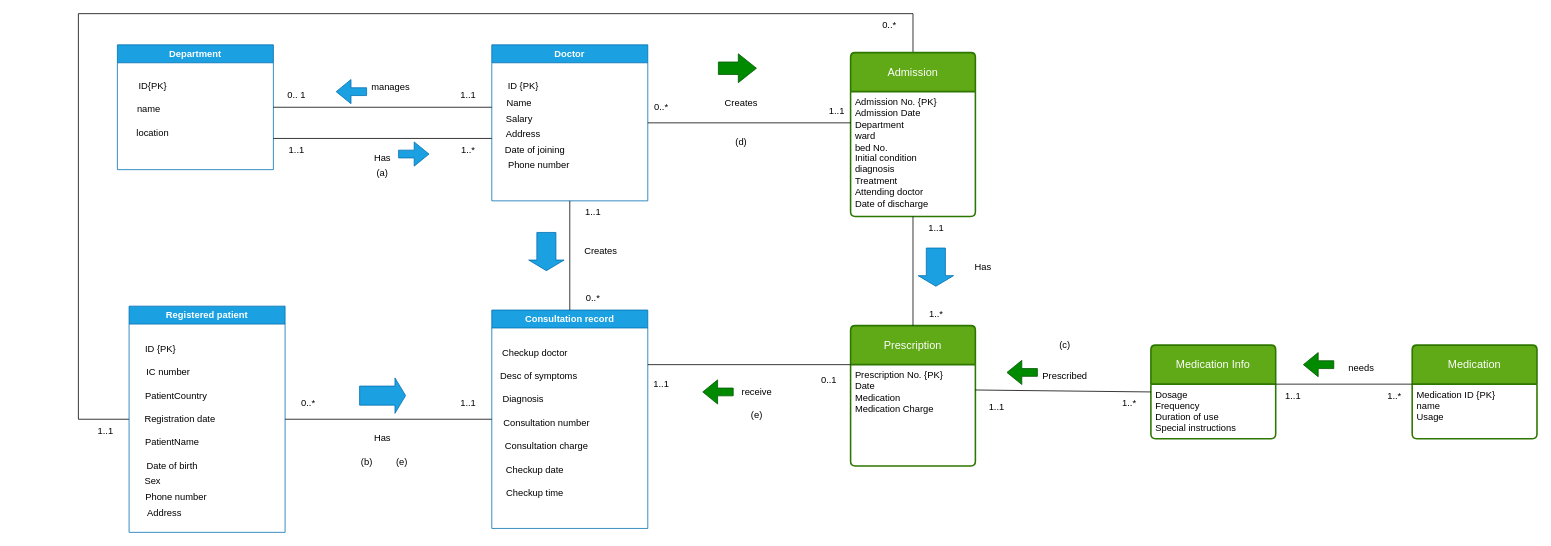
Antonioiewh/DB_MANAGEMENT keeps this draw.io diagram as Studeent1+2DBMS.drawio. Above is the earlier version. Source tidied: cells renumbered, new cells numbered last; positions are measured from the earlier drawing's top-left corner, leaving out a move shared by most shapes. Both pictures are drawn from the tidied source at 78%, with x=0, y=0 at pixel (78, 13).
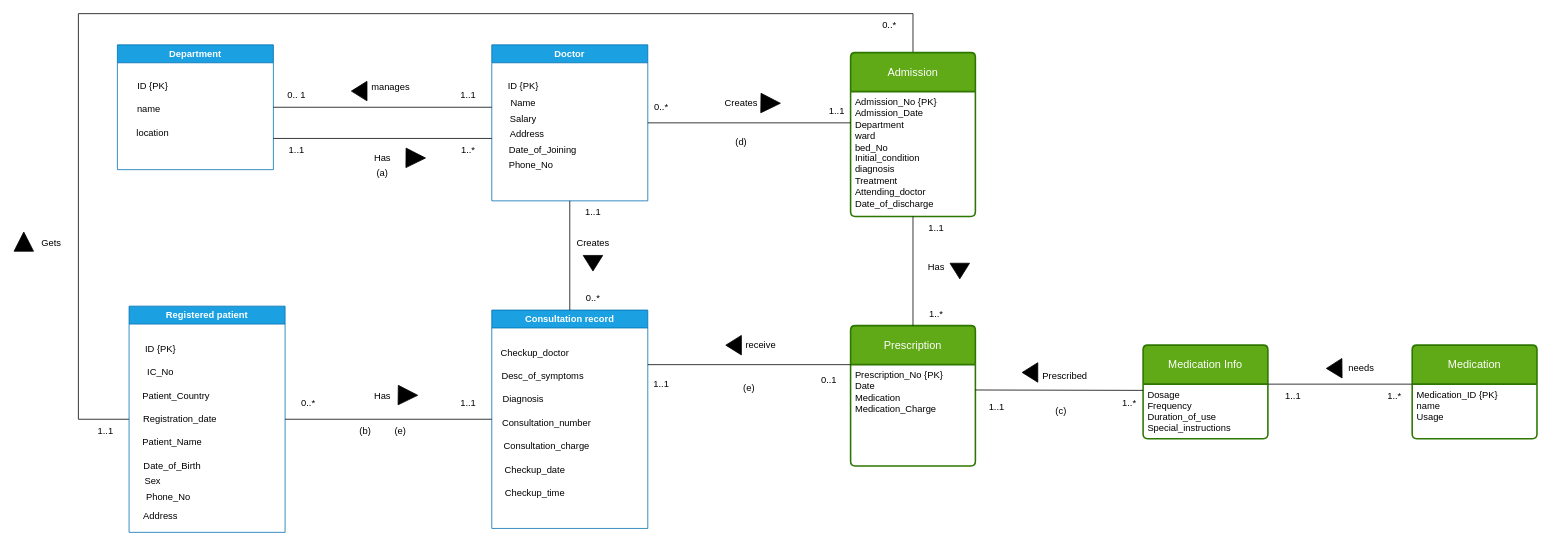
The same page after the edit.

The change refers to these unchanged cells:
```xml
<mxCell id="2" value="Department" style="swimlane;whiteSpace=wrap;html=1;fillColor=#1ba1e2;fontColor=#ffffff;strokeColor=#006EAF;fillStyle=auto;" parent="1" vertex="1">
  <mxGeometry x="50" y="40" width="200" height="160" as="geometry" />
</mxCell>
<mxCell id="6" value="Doctor" style="swimlane;whiteSpace=wrap;html=1;fillColor=#1ba1e2;fontColor=#ffffff;strokeColor=#006EAF;" parent="1" vertex="1">
  <mxGeometry x="530" y="40" width="200" height="200" as="geometry" />
</mxCell>
<mxCell id="14" value="Registered patient" style="swimlane;whiteSpace=wrap;html=1;fillColor=#1ba1e2;fontColor=#ffffff;strokeColor=#006EAF;" parent="1" vertex="1">
  <mxGeometry x="65" y="375" width="200" height="290" as="geometry" />
</mxCell>
<mxCell id="26" value="Consultation record" style="swimlane;whiteSpace=wrap;html=1;fillColor=#1ba1e2;fontColor=#ffffff;strokeColor=#006EAF;" parent="1" vertex="1">
  <mxGeometry x="530" y="380" width="200" height="280" as="geometry" />
</mxCell>
<mxCell id="48" value="Admission" style="swimlane;horizontal=1;startSize=50;rounded=1;fontSize=14;fontStyle=0;strokeWidth=2;shadow=0;dashed=0;align=center;arcSize=4;whiteSpace=wrap;html=1;fillColor=#60a917;fontColor=#ffffff;strokeColor=#2D7600;" parent="1" vertex="1">
  <mxGeometry x="990" y="50" width="160" height="210" as="geometry" />
</mxCell>
<mxCell id="51" value="Prescription" style="swimlane;horizontal=1;startSize=50;rounded=1;fontSize=14;fontStyle=0;strokeWidth=2;shadow=0;dashed=0;align=center;arcSize=4;whiteSpace=wrap;html=1;fillColor=#60a917;fontColor=#ffffff;strokeColor=#2D7600;" parent="1" vertex="1">
  <mxGeometry x="990" y="400" width="160" height="180" as="geometry" />
</mxCell>
<mxCell id="84" value="Medication" style="swimlane;horizontal=1;startSize=50;rounded=1;fontSize=14;fontStyle=0;strokeWidth=2;shadow=0;dashed=0;align=center;arcSize=4;whiteSpace=wrap;html=1;fillColor=#60a917;fontColor=#ffffff;strokeColor=#2D7600;" parent="1" vertex="1">
  <mxGeometry x="1710" y="425" width="160" height="120" as="geometry" />
</mxCell>
```

The edit, as a diff of the source:
```diff
@@
-    <mxCell id="3" value="ID{PK}" style="text;html=1;align=center;verticalAlign=middle;strokeColor=none;fillColor=none;" parent="2" vertex="1">
+    <mxCell id="3" value="ID {PK}" style="text;html=1;align=center;verticalAlign=middle;strokeColor=none;fillColor=none;" parent="2" vertex="1">
       <mxGeometry x="15" y="38" width="60" height="30" as="geometry" />
     </mxCell>
@@
     <mxCell id="7" value="Name" style="text;html=1;align=center;verticalAlign=middle;strokeColor=none;fillColor=none;" parent="6" vertex="1">
-      <mxGeometry x="5" y="60" width="60" height="30" as="geometry" />
+      <mxGeometry x="10" y="60" width="60" height="30" as="geometry" />
     </mxCell>
-    <mxCell id="8" value="Phone number" style="text;html=1;align=center;verticalAlign=middle;strokeColor=none;fillColor=none;" parent="6" vertex="1">
-      <mxGeometry x="10" y="140" width="100" height="30" as="geometry" />
+    <mxCell id="8" value="Phone_No" style="text;html=1;align=center;verticalAlign=middle;strokeColor=none;fillColor=none;" parent="6" vertex="1">
+      <mxGeometry x="10" y="140" width="80" height="30" as="geometry" />
     </mxCell>
@@
     <mxCell id="10" value="Address" style="text;html=1;align=center;verticalAlign=middle;strokeColor=none;fillColor=none;" parent="6" vertex="1">
-      <mxGeometry x="5" y="100" width="70" height="30" as="geometry" />
+      <mxGeometry x="10" y="100" width="70" height="30" as="geometry" />
     </mxCell>
     <mxCell id="11" value="Salary" style="text;html=1;align=center;verticalAlign=middle;strokeColor=none;fillColor=none;" parent="6" vertex="1">
-      <mxGeometry x="5" y="80" width="60" height="30" as="geometry" />
+      <mxGeometry x="10" y="80" width="60" height="30" as="geometry" />
     </mxCell>
-    <mxCell id="12" value="Date of joining" style="text;html=1;align=center;verticalAlign=middle;strokeColor=none;fillColor=none;" parent="6" vertex="1">
-      <mxGeometry x="5" y="120" width="100" height="30" as="geometry" />
+    <mxCell id="12" value="Date_of_Joining" style="text;html=1;align=center;verticalAlign=middle;strokeColor=none;fillColor=none;" parent="6" vertex="1">
+      <mxGeometry x="10" y="120" width="110" height="30" as="geometry" />
     </mxCell>
@@
-    <mxCell id="16" value="Registration date" style="text;html=1;align=center;verticalAlign=middle;strokeColor=none;fillColor=none;" parent="14" vertex="1">
-      <mxGeometry x="10" y="130" width="110" height="30" as="geometry" />
+    <mxCell id="16" value="Registration_date" style="text;html=1;align=center;verticalAlign=middle;strokeColor=none;fillColor=none;" parent="14" vertex="1">
+      <mxGeometry x="5" y="130" width="120" height="30" as="geometry" />
     </mxCell>
-    <mxCell id="17" value="PatientName" style="text;html=1;align=center;verticalAlign=middle;strokeColor=none;fillColor=none;" parent="14" vertex="1">
-      <mxGeometry x="10" y="160" width="90" height="30" as="geometry" />
+    <mxCell id="17" value="Patient_Name" style="text;html=1;align=center;verticalAlign=middle;strokeColor=none;fillColor=none;" parent="14" vertex="1">
+      <mxGeometry x="5" y="160" width="100" height="30" as="geometry" />
     </mxCell>
-    <mxCell id="18" value="PatientCountry" style="text;html=1;align=center;verticalAlign=middle;strokeColor=none;fillColor=none;" parent="14" vertex="1">
-      <mxGeometry x="10" y="100" width="100" height="30" as="geometry" />
+    <mxCell id="18" value="Patient_Country" style="text;html=1;align=center;verticalAlign=middle;strokeColor=none;fillColor=none;" parent="14" vertex="1">
+      <mxGeometry x="5" y="100" width="110" height="30" as="geometry" />
     </mxCell>
-    <mxCell id="19" value="IC number" style="text;html=1;align=center;verticalAlign=middle;strokeColor=none;fillColor=none;" parent="14" vertex="1">
-      <mxGeometry x="10" y="70" width="80" height="30" as="geometry" />
+    <mxCell id="19" value="IC_No" style="text;html=1;align=center;verticalAlign=middle;strokeColor=none;fillColor=none;" parent="14" vertex="1">
+      <mxGeometry x="10" y="70" width="60" height="30" as="geometry" />
     </mxCell>
-    <mxCell id="20" value="Date of birth" style="text;html=1;align=center;verticalAlign=middle;strokeColor=none;fillColor=none;" parent="14" vertex="1">
-      <mxGeometry x="10" y="190" width="90" height="30" as="geometry" />
+    <mxCell id="20" value="Date_of_Birth" style="text;html=1;align=center;verticalAlign=middle;strokeColor=none;fillColor=none;" parent="14" vertex="1">
+      <mxGeometry x="5" y="190" width="100" height="30" as="geometry" />
     </mxCell>
@@
-    <mxCell id="22" value="Phone number" style="text;html=1;align=center;verticalAlign=middle;strokeColor=none;fillColor=none;" parent="14" vertex="1">
-      <mxGeometry x="10" y="230" width="100" height="30" as="geometry" />
+    <mxCell id="22" value="Phone_No" style="text;html=1;align=center;verticalAlign=middle;strokeColor=none;fillColor=none;" parent="14" vertex="1">
+      <mxGeometry x="10" y="230" width="80" height="30" as="geometry" />
     </mxCell>
     <mxCell id="23" value="Address" style="text;html=1;align=center;verticalAlign=middle;strokeColor=none;fillColor=none;" parent="14" vertex="1">
-      <mxGeometry x="10" y="250" width="70" height="30" as="geometry" />
+      <mxGeometry x="5" y="255" width="70" height="30" as="geometry" />
     </mxCell>
@@
-    <mxCell id="27" value="Checkup doctor" style="text;html=1;align=center;verticalAlign=middle;strokeColor=none;fillColor=none;" parent="26" vertex="1">
+    <mxCell id="27" value="Checkup_doctor" style="text;html=1;align=center;verticalAlign=middle;strokeColor=none;fillColor=none;" parent="26" vertex="1">
       <mxGeometry y="40" width="110" height="30" as="geometry" />
     </mxCell>
-    <mxCell id="28" value="Desc of symptoms" style="text;html=1;align=center;verticalAlign=middle;strokeColor=none;fillColor=none;" parent="26" vertex="1">
-      <mxGeometry y="70" width="120" height="30" as="geometry" />
+    <mxCell id="28" value="Desc_of_symptoms" style="text;html=1;align=center;verticalAlign=middle;strokeColor=none;fillColor=none;" parent="26" vertex="1">
+      <mxGeometry y="70" width="130" height="30" as="geometry" />
     </mxCell>
@@
-    <mxCell id="30" value="Consultation number" style="text;html=1;align=center;verticalAlign=middle;strokeColor=none;fillColor=none;" parent="26" vertex="1">
-      <mxGeometry x="5" y="130" width="130" height="30" as="geometry" />
+    <mxCell id="30" value="Consultation_number" style="text;html=1;align=center;verticalAlign=middle;strokeColor=none;fillColor=none;" parent="26" vertex="1">
+      <mxGeometry y="130" width="140" height="30" as="geometry" />
     </mxCell>
-    <mxCell id="31" value="Consultation charge" style="text;html=1;align=center;verticalAlign=middle;strokeColor=none;fillColor=none;" parent="26" vertex="1">
+    <mxCell id="31" value="Consultation_charge" style="text;html=1;align=center;verticalAlign=middle;strokeColor=none;fillColor=none;" parent="26" vertex="1">
       <mxGeometry x="5" y="160" width="130" height="30" as="geometry" />
     </mxCell>
-    <mxCell id="32" value="Checkup date" style="text;html=1;align=center;verticalAlign=middle;strokeColor=none;fillColor=none;" parent="26" vertex="1">
+    <mxCell id="32" value="Checkup_date" style="text;html=1;align=center;verticalAlign=middle;strokeColor=none;fillColor=none;" parent="26" vertex="1">
       <mxGeometry x="5" y="190" width="100" height="30" as="geometry" />
     </mxCell>
-    <mxCell id="33" value="Checkup time" style="text;html=1;align=center;verticalAlign=middle;strokeColor=none;fillColor=none;" parent="26" vertex="1">
+    <mxCell id="33" value="Checkup_time" style="text;html=1;align=center;verticalAlign=middle;strokeColor=none;fillColor=none;" parent="26" vertex="1">
       <mxGeometry x="5" y="220" width="100" height="30" as="geometry" />
     </mxCell>
@@
-    <mxCell id="36" style="shape=flexArrow;endArrow=block;html=1;rounded=0;fillColor=#1ba1e2;strokeColor=#006EAF;" parent="1" edge="1">
-      <mxGeometry relative="1" as="geometry">
-        <mxPoint x="410" y="180" as="sourcePoint" />
-        <mxPoint x="450" y="180" as="targetPoint" />
-      </mxGeometry>
-    </mxCell>
-    <mxCell id="37" style="shape=flexArrow;endArrow=block;html=1;rounded=0;fillColor=#1ba1e2;strokeColor=#006EAF;" parent="1" edge="1">
-      <mxGeometry relative="1" as="geometry">
-        <mxPoint x="370" y="100" as="sourcePoint" />
-        <mxPoint x="330" y="100" as="targetPoint" />
-      </mxGeometry>
-    </mxCell>
@@
-    <mxCell id="42" style="shape=flexArrow;endArrow=block;html=1;rounded=0;fillColor=#1ba1e2;strokeColor=#006EAF;width=24.444444444444443;endSize=4.205555555555556;" parent="1" edge="1">
-      <mxGeometry relative="1" as="geometry">
-        <mxPoint x="360" y="489.7" as="sourcePoint" />
-        <mxPoint x="420" y="489.7" as="targetPoint" />
-      </mxGeometry>
-    </mxCell>
     <mxCell id="43" value="Has" style="text;html=1;align=center;verticalAlign=middle;whiteSpace=wrap;rounded=0;" parent="1" vertex="1">
-      <mxGeometry x="360" y="530" width="60" height="30" as="geometry" />
+      <mxGeometry x="360" y="475" width="60" height="30" as="geometry" />
     </mxCell>
@@
     <mxCell id="47" value="&lt;font style=&quot;color: light-dark(rgb(0, 0, 0), rgb(255, 0, 0));&quot;&gt;(b)&lt;/font&gt;" style="text;html=1;align=center;verticalAlign=middle;whiteSpace=wrap;rounded=0;" parent="1" vertex="1">
-      <mxGeometry x="340" y="560" width="60" height="30" as="geometry" />
+      <mxGeometry x="337.5" y="520" width="60" height="30" as="geometry" />
     </mxCell>
@@
-    <mxCell id="49" value="&lt;div&gt;Admission No. {PK}&lt;/div&gt;Admission Date&lt;br&gt;Department&lt;div&gt;ward&lt;/div&gt;&lt;div&gt;bed No.&lt;br&gt;Initial condition&lt;br&gt;diagnosis&lt;br&gt;Treatment&lt;br&gt;Attending doctor&lt;/div&gt;&lt;div&gt;Date of discharge&lt;/div&gt;&lt;div&gt;&lt;br&gt;&lt;/div&gt;" style="align=left;strokeColor=none;fillColor=none;spacingLeft=4;spacingRight=4;fontSize=12;verticalAlign=top;html=1;whiteSpace=wrap;" parent="48" vertex="1">
+    <mxCell id="49" value="&lt;div&gt;Admission_No {PK}&lt;/div&gt;Admission_Date&lt;br&gt;Department&lt;div&gt;ward&lt;/div&gt;&lt;div&gt;bed_No&lt;br&gt;Initial_condition&lt;br&gt;diagnosis&lt;br&gt;Treatment&lt;br&gt;Attending_doctor&lt;/div&gt;&lt;div&gt;Date_of_discharge&lt;/div&gt;&lt;div&gt;&lt;br&gt;&lt;/div&gt;" style="align=left;strokeColor=none;fillColor=none;spacingLeft=4;spacingRight=4;fontSize=12;verticalAlign=top;html=1;whiteSpace=wrap;" parent="48" vertex="1">
       <mxGeometry y="50" width="160" height="160" as="geometry" />
     </mxCell>
@@
-    <mxCell id="52" value="&lt;div&gt;Prescription No. {PK}&lt;/div&gt;&lt;div&gt;Date&lt;br&gt;&lt;/div&gt;Medication&lt;div&gt;Medication Charge&lt;/div&gt;" style="align=left;strokeColor=none;fillColor=none;spacingLeft=4;spacingRight=4;fontSize=12;verticalAlign=top;html=1;whiteSpace=wrap;" parent="51" vertex="1">
+    <mxCell id="52" value="&lt;div&gt;Prescription_No {PK}&lt;/div&gt;&lt;div&gt;Date&lt;br&gt;&lt;/div&gt;Medication&lt;div&gt;Medication_Charge&lt;/div&gt;" style="align=left;strokeColor=none;fillColor=none;spacingLeft=4;spacingRight=4;fontSize=12;verticalAlign=top;html=1;whiteSpace=wrap;" parent="51" vertex="1">
       <mxGeometry y="50" width="160" height="130" as="geometry" />
     </mxCell>
     <mxCell id="53" value="Medication Info" style="swimlane;horizontal=1;startSize=50;rounded=1;fontSize=14;fontStyle=0;strokeWidth=2;shadow=0;dashed=0;align=center;arcSize=4;whiteSpace=wrap;html=1;fillColor=#60a917;fontColor=#ffffff;strokeColor=#2D7600;" parent="1" vertex="1">
-      <mxGeometry x="1375" y="425" width="160" height="120" as="geometry" />
+      <mxGeometry x="1365" y="425" width="160" height="120" as="geometry" />
     </mxCell>
-    <mxCell id="54" value="&lt;div&gt;&lt;div&gt;Dosage&lt;/div&gt;&lt;div&gt;Frequency&lt;/div&gt;&lt;div&gt;Duration of use&lt;br&gt;Special instructions&lt;/div&gt;&lt;/div&gt;" style="align=left;strokeColor=none;fillColor=none;spacingLeft=4;spacingRight=4;fontSize=12;verticalAlign=top;html=1;whiteSpace=wrap;" parent="53" vertex="1">
+    <mxCell id="54" value="&lt;div&gt;&lt;div&gt;Dosage&lt;/div&gt;&lt;div&gt;Frequency&lt;/div&gt;&lt;div&gt;Duration_of_use&lt;br&gt;Special_instructions&lt;/div&gt;&lt;/div&gt;" style="align=left;strokeColor=none;fillColor=none;spacingLeft=4;spacingRight=4;fontSize=12;verticalAlign=top;html=1;whiteSpace=wrap;" parent="53" vertex="1">
       <mxGeometry y="50" width="160" height="70" as="geometry" />
     </mxCell>
@@
     <mxCell id="58" value="receive" style="text;html=1;align=center;verticalAlign=middle;whiteSpace=wrap;rounded=0;" parent="1" vertex="1">
-      <mxGeometry x="845" y="470" width="50" height="30" as="geometry" />
+      <mxGeometry x="850" y="410" width="50" height="30" as="geometry" />
     </mxCell>
-    <mxCell id="59" style="shape=flexArrow;endArrow=block;html=1;rounded=0;fillColor=#008a00;strokeColor=#005700;" parent="1" edge="1">
-      <mxGeometry relative="1" as="geometry">
-        <mxPoint x="840" y="485" as="sourcePoint" />
-        <mxPoint x="800" y="485" as="targetPoint" />
-      </mxGeometry>
-    </mxCell>
@@
-    <mxCell id="61" style="shape=flexArrow;endArrow=block;html=1;rounded=0;fillColor=#008a00;strokeColor=#005700;" parent="1" edge="1">
-      <mxGeometry relative="1" as="geometry">
-        <mxPoint x="1230" y="460" as="sourcePoint" />
-        <mxPoint x="1190" y="460" as="targetPoint" />
-      </mxGeometry>
-    </mxCell>
@@
-    <mxCell id="67" style="shape=flexArrow;endArrow=block;html=1;rounded=0;fillColor=#008a00;strokeColor=#005700;width=16;endSize=7.4159999999999995;" parent="1" edge="1">
-      <mxGeometry relative="1" as="geometry">
-        <mxPoint x="820" y="70" as="sourcePoint" />
-        <mxPoint x="869.8" y="70" as="targetPoint" />
-      </mxGeometry>
-    </mxCell>
     <mxCell id="68" value="&lt;font style=&quot;color: light-dark(rgb(0, 0, 0), rgb(255, 0, 0));&quot;&gt;(c)&lt;/font&gt;" style="text;html=1;align=center;verticalAlign=middle;whiteSpace=wrap;rounded=0;" parent="1" vertex="1">
-      <mxGeometry x="1235" y="410" width="60" height="30" as="geometry" />
+      <mxGeometry x="1230" y="495" width="60" height="30" as="geometry" />
     </mxCell>
     <mxCell id="69" value="&lt;font style=&quot;color: light-dark(rgb(0, 0, 0), rgb(255, 0, 0));&quot;&gt;(e)&lt;/font&gt;" style="text;html=1;align=center;verticalAlign=middle;whiteSpace=wrap;rounded=0;" parent="1" vertex="1">
-      <mxGeometry x="840" y="500" width="60" height="30" as="geometry" />
+      <mxGeometry x="830" y="465" width="60" height="30" as="geometry" />
     </mxCell>
@@
     <mxCell id="71" value="Creates" style="text;html=1;align=center;verticalAlign=middle;whiteSpace=wrap;rounded=0;direction=west;flipV=1;flipH=1;rotation=0;" parent="1" vertex="1">
-      <mxGeometry x="640" y="290" width="60" height="30" as="geometry" />
+      <mxGeometry x="630" y="280" width="60" height="30" as="geometry" />
     </mxCell>
@@
-    <mxCell id="73" style="endArrow=none;html=1;rounded=0;entryX=0;entryY=0.5;entryDx=0;entryDy=0;exitX=1;exitY=0.25;exitDx=0;exitDy=0;" parent="1" edge="1" source="52" target="53">
-      <mxGeometry relative="1" as="geometry" />
+    <mxCell id="73" style="endArrow=none;html=1;rounded=0;exitX=1;exitY=0.25;exitDx=0;exitDy=0;" parent="1" edge="1" source="52">
+      <mxGeometry relative="1" as="geometry">
+        <mxPoint x="1365" y="483" as="targetPoint" />
+      </mxGeometry>
     </mxCell>
@@
-    <mxCell id="76" style="shape=flexArrow;endArrow=block;html=1;rounded=0;fillColor=#1ba1e2;strokeColor=#006EAF;width=24.444444444444443;endSize=4.205555555555556;" parent="1" edge="1">
-      <mxGeometry relative="1" as="geometry">
-        <mxPoint x="600" y="280" as="sourcePoint" />
-        <mxPoint x="600" y="330" as="targetPoint" />
-      </mxGeometry>
-    </mxCell>
@@
     <mxCell id="81" value="&lt;font style=&quot;color: light-dark(rgb(0, 0, 0), rgb(255, 0, 0));&quot;&gt;(e)&lt;/font&gt;" style="text;html=1;align=center;verticalAlign=middle;whiteSpace=wrap;rounded=0;" parent="1" vertex="1">
-      <mxGeometry x="385" y="560" width="60" height="30" as="geometry" />
+      <mxGeometry x="382.5" y="520" width="60" height="30" as="geometry" />
     </mxCell>
     <mxCell id="82" value="Has" style="text;html=1;align=center;verticalAlign=middle;whiteSpace=wrap;rounded=0;direction=west;flipV=1;flipH=1;rotation=0;" parent="1" vertex="1">
-      <mxGeometry x="1130" y="310" width="60" height="30" as="geometry" />
+      <mxGeometry x="1070" y="310" width="60" height="30" as="geometry" />
     </mxCell>
-    <mxCell id="83" style="shape=flexArrow;endArrow=block;html=1;rounded=0;fillColor=#1ba1e2;strokeColor=#006EAF;width=24.444444444444443;endSize=4.205555555555556;" parent="1" edge="1">
-      <mxGeometry relative="1" as="geometry">
-        <mxPoint x="1099.3" y="300" as="sourcePoint" />
-        <mxPoint x="1099.3" y="350" as="targetPoint" />
-      </mxGeometry>
-    </mxCell>
@@
-    <mxCell id="85" value="Medication ID {PK}&lt;div&gt;name&lt;/div&gt;&lt;div&gt;Usage&lt;/div&gt;&lt;div&gt;&lt;br&gt;&lt;/div&gt;" style="align=left;strokeColor=none;fillColor=none;spacingLeft=4;spacingRight=4;fontSize=12;verticalAlign=top;html=1;whiteSpace=wrap;" parent="84" vertex="1">
+    <mxCell id="85" value="Medication_ID {PK}&lt;div&gt;name&lt;/div&gt;&lt;div&gt;Usage&lt;/div&gt;&lt;div&gt;&lt;br&gt;&lt;/div&gt;" style="align=left;strokeColor=none;fillColor=none;spacingLeft=4;spacingRight=4;fontSize=12;verticalAlign=top;html=1;whiteSpace=wrap;" parent="84" vertex="1">
       <mxGeometry y="50" width="160" height="70" as="geometry" />
     </mxCell>
-    <mxCell id="86" style="shape=flexArrow;endArrow=block;html=1;rounded=0;fillColor=#008a00;strokeColor=#005700;" parent="1" edge="1">
-      <mxGeometry relative="1" as="geometry">
-        <mxPoint x="1610" y="450" as="sourcePoint" />
-        <mxPoint x="1570" y="450" as="targetPoint" />
-      </mxGeometry>
-    </mxCell>
@@
+    <mxCell id="93" style="shape=mxgraph.arrows2.wedgeArrow;html=1;startWidth=12.5;defaultFillColor=invert;defaultGradientColor=invert;rounded=0;fillColor=default;strokeColor=default;gradientColor=none;" parent="1" edge="1">
+      <mxGeometry relative="1" as="geometry">
+        <mxPoint x="420" y="184.9" as="sourcePoint" />
+        <mxPoint x="445" y="185.1" as="targetPoint" />
+      </mxGeometry>
+    </mxCell>
+    <mxCell id="94" style="shape=mxgraph.arrows2.wedgeArrow;html=1;startWidth=12.5;defaultFillColor=invert;defaultGradientColor=invert;rounded=0;fillColor=default;strokeColor=default;gradientColor=none;" parent="1" edge="1">
+      <mxGeometry relative="1" as="geometry">
+        <mxPoint x="659.7" y="310" as="sourcePoint" />
+        <mxPoint x="659.7" y="330" as="targetPoint" />
+      </mxGeometry>
+    </mxCell>
+    <mxCell id="95" style="shape=mxgraph.arrows2.wedgeArrow;html=1;startWidth=12.5;defaultFillColor=invert;defaultGradientColor=invert;rounded=0;fillColor=default;strokeColor=default;gradientColor=none;" parent="1" edge="1">
+      <mxGeometry relative="1" as="geometry">
+        <mxPoint x="1130" y="320" as="sourcePoint" />
+        <mxPoint x="1130" y="340" as="targetPoint" />
+      </mxGeometry>
+    </mxCell>
+    <mxCell id="96" style="shape=mxgraph.arrows2.wedgeArrow;html=1;startWidth=12.5;defaultFillColor=invert;defaultGradientColor=invert;rounded=0;fillColor=default;strokeColor=default;gradientColor=none;" parent="1" edge="1">
+      <mxGeometry relative="1" as="geometry">
+        <mxPoint x="410" y="489" as="sourcePoint" />
+        <mxPoint x="435" y="489.3" as="targetPoint" />
+      </mxGeometry>
+    </mxCell>
+    <mxCell id="97" style="shape=mxgraph.arrows2.wedgeArrow;html=1;startWidth=12.5;defaultFillColor=invert;defaultGradientColor=invert;rounded=0;fillColor=default;strokeColor=default;gradientColor=none;" parent="1" edge="1">
+      <mxGeometry relative="1" as="geometry">
+        <mxPoint x="850" y="425" as="sourcePoint" />
+        <mxPoint x="830" y="425" as="targetPoint" />
+      </mxGeometry>
+    </mxCell>
+    <mxCell id="98" style="shape=mxgraph.arrows2.wedgeArrow;html=1;startWidth=12.5;defaultFillColor=invert;defaultGradientColor=invert;rounded=0;fillColor=default;strokeColor=default;gradientColor=none;" parent="1" edge="1">
+      <mxGeometry relative="1" as="geometry">
+        <mxPoint x="370" y="99.3" as="sourcePoint" />
+        <mxPoint x="350" y="99.3" as="targetPoint" />
+      </mxGeometry>
+    </mxCell>
+    <mxCell id="99" style="shape=mxgraph.arrows2.wedgeArrow;html=1;startWidth=12.5;defaultFillColor=invert;defaultGradientColor=invert;rounded=0;fillColor=default;strokeColor=default;gradientColor=none;" parent="1" edge="1">
+      <mxGeometry relative="1" as="geometry">
+        <mxPoint x="875" y="114.6" as="sourcePoint" />
+        <mxPoint x="900" y="114.9" as="targetPoint" />
+      </mxGeometry>
+    </mxCell>
+    <mxCell id="100" style="shape=mxgraph.arrows2.wedgeArrow;html=1;startWidth=12.5;defaultFillColor=invert;defaultGradientColor=invert;rounded=0;fillColor=default;strokeColor=default;gradientColor=none;" parent="1" edge="1">
+      <mxGeometry relative="1" as="geometry">
+        <mxPoint x="1230" y="460" as="sourcePoint" />
+        <mxPoint x="1210" y="460" as="targetPoint" />
+      </mxGeometry>
+    </mxCell>
+    <mxCell id="101" style="shape=mxgraph.arrows2.wedgeArrow;html=1;startWidth=12.5;defaultFillColor=invert;defaultGradientColor=invert;rounded=0;fillColor=default;strokeColor=default;gradientColor=none;" parent="1" edge="1">
+      <mxGeometry relative="1" as="geometry">
+        <mxPoint x="1620" y="454.6" as="sourcePoint" />
+        <mxPoint x="1600" y="454.8" as="targetPoint" />
+      </mxGeometry>
+    </mxCell>
+    <mxCell id="102" value="Gets" style="text;html=1;align=center;verticalAlign=middle;strokeColor=none;fillColor=none;" parent="1" vertex="1">
+      <mxGeometry x="-60" y="280" width="50" height="30" as="geometry" />
+    </mxCell>
+    <mxCell id="103" style="shape=mxgraph.arrows2.wedgeArrow;html=1;startWidth=12.5;defaultFillColor=invert;defaultGradientColor=invert;rounded=0;fillColor=default;strokeColor=default;gradientColor=none;" parent="1" edge="1">
+      <mxGeometry relative="1" as="geometry">
+        <mxPoint x="-70" y="304.6" as="sourcePoint" />
+        <mxPoint x="-70" y="280" as="targetPoint" />
+      </mxGeometry>
+    </mxCell>
```
